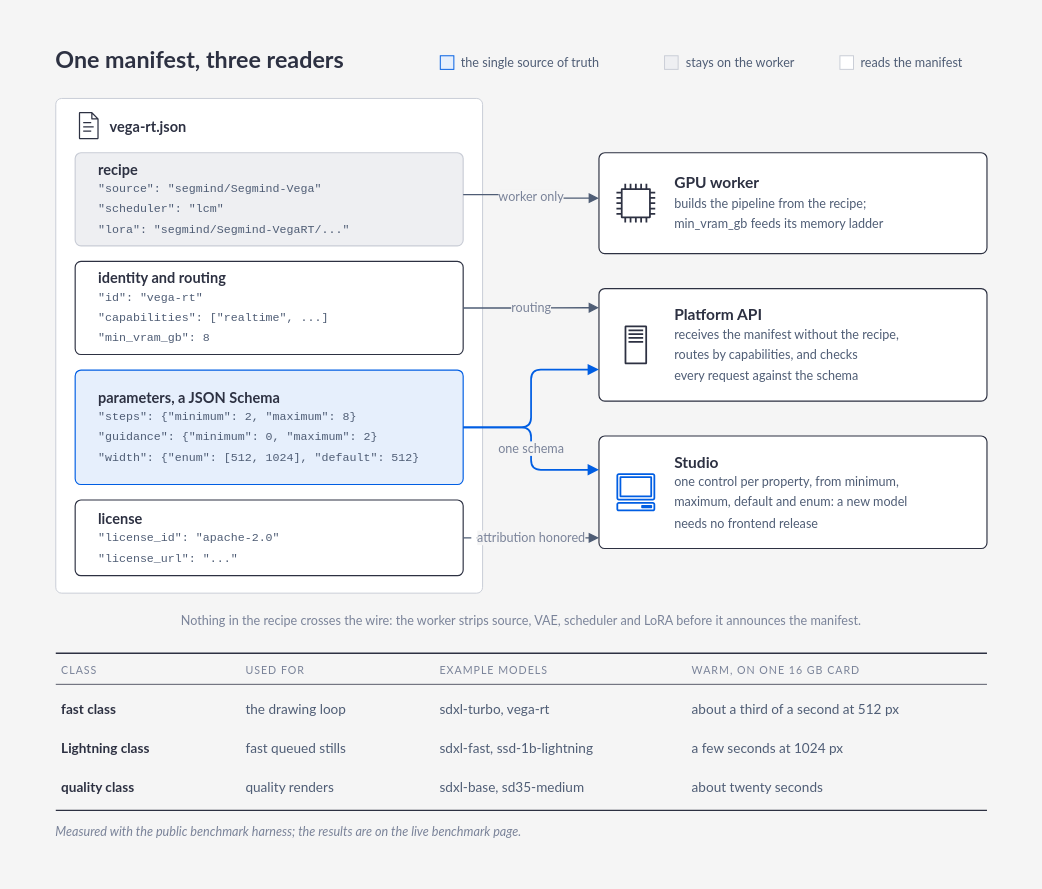
Portocolom-Studio/potocolom keeps this draw.io diagram as docs/figures/whitepaper/model-manifest.drawio. Above is the earlier version. Source tidied: cells renumbered, new cells numbered last; positions are measured from the earlier drawing's top-left corner, leaving out a move shared by most shapes. Both pictures are drawn from the tidied source at 97%, with x=0, y=0 at pixel (16, 16).
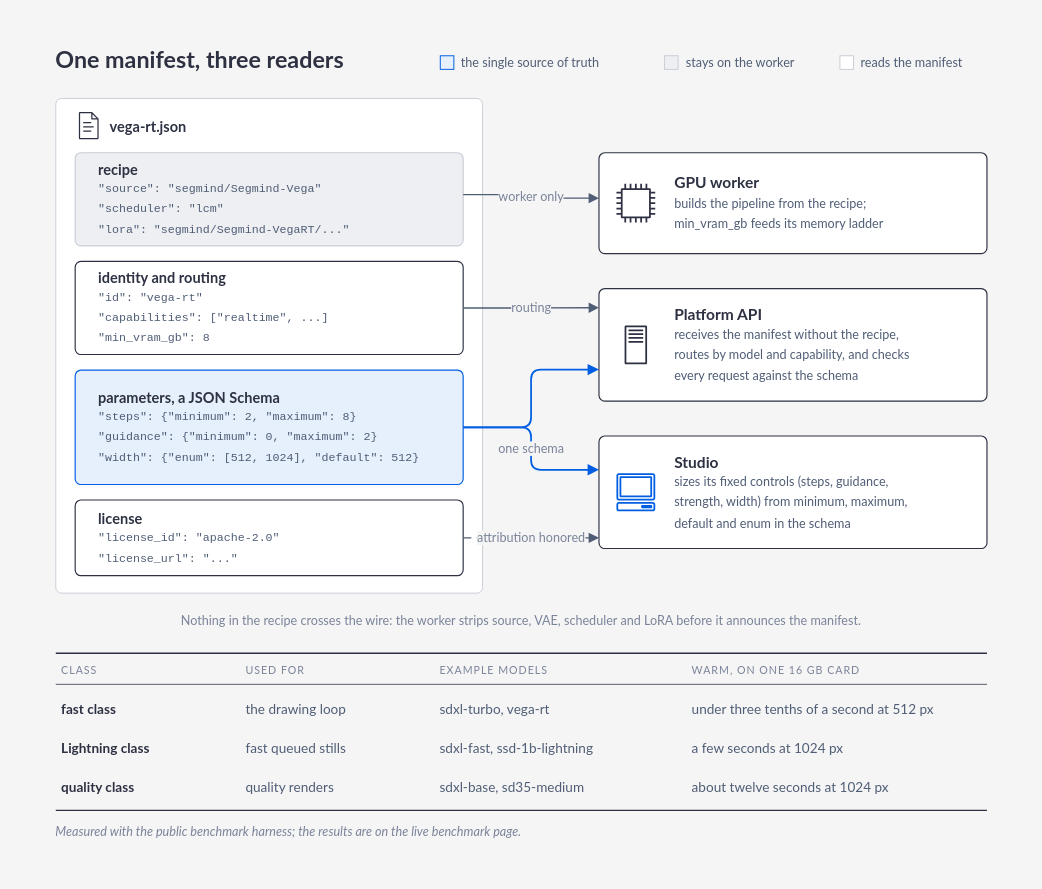
After the change.

What changed in the source:
```diff
@@
-    <mxCell id="19" value="&lt;b&gt;Platform API&lt;/b&gt;&lt;br&gt;&lt;span style=&quot;font-size:13px;font-weight:normal;color:#4f5d75;line-height:1.5&quot;&gt;receives the manifest without the recipe,&lt;br&gt;routes by capabilities, and checks&lt;br&gt;every request against the schema&lt;/span&gt;" style="rounded=1;absoluteArcSize=1;arcSize=12;whiteSpace=wrap;html=1;fillColor=#ffffff;strokeColor=#2d3142;strokeWidth=1.2;fontFamily=Lato;fontSize=16;fontColor=#2d3142;fontStyle=0;align=left;spacingLeft=68;verticalAlign=middle;spacing=10;" parent="1" vertex="1">
+    <mxCell id="19" value="&lt;b&gt;Platform API&lt;/b&gt;&lt;br&gt;&lt;span style=&quot;font-size:13px;font-weight:normal;color:#4f5d75;line-height:1.5&quot;&gt;receives the manifest without the recipe,&lt;br&gt;routes by model and capability, and checks&lt;br&gt;every request against the schema&lt;/span&gt;" style="rounded=1;absoluteArcSize=1;arcSize=12;whiteSpace=wrap;html=1;fillColor=#ffffff;strokeColor=#2d3142;strokeWidth=1.2;fontFamily=Lato;fontSize=16;fontColor=#2d3142;fontStyle=0;align=left;spacingLeft=68;verticalAlign=middle;spacing=10;" parent="1" vertex="1">
       <mxGeometry x="600" y="280" width="400" height="116" as="geometry" />
     </mxCell>
@@
-    <mxCell id="21" value="&lt;b&gt;Studio&lt;/b&gt;&lt;br&gt;&lt;span style=&quot;font-size:13px;font-weight:normal;color:#4f5d75;line-height:1.5&quot;&gt;one control per property, from minimum,&lt;br&gt;maximum, default and enum: a new model&lt;br&gt;needs no frontend release&lt;/span&gt;" style="rounded=1;absoluteArcSize=1;arcSize=12;whiteSpace=wrap;html=1;fillColor=#ffffff;strokeColor=#2d3142;strokeWidth=1.2;fontFamily=Lato;fontSize=16;fontColor=#2d3142;fontStyle=0;align=left;spacingLeft=68;verticalAlign=middle;spacing=10;" parent="1" vertex="1">
+    <mxCell id="21" value="&lt;b&gt;Studio&lt;/b&gt;&lt;br&gt;&lt;span style=&quot;font-size:13px;font-weight:normal;color:#4f5d75;line-height:1.5&quot;&gt;sizes its fixed controls (steps, guidance,&lt;br&gt;strength, width) from minimum, maximum,&lt;br&gt;default and enum in the schema&lt;/span&gt;" style="rounded=1;absoluteArcSize=1;arcSize=12;whiteSpace=wrap;html=1;fillColor=#ffffff;strokeColor=#2d3142;strokeWidth=1.2;fontFamily=Lato;fontSize=16;fontColor=#2d3142;fontStyle=0;align=left;spacingLeft=68;verticalAlign=middle;spacing=10;" parent="1" vertex="1">
       <mxGeometry x="600" y="432" width="400" height="116" as="geometry" />
     </mxCell>
@@
-    <mxCell id="38" value="about a third of a second at 512 px" style="text;html=1;whiteSpace=wrap;fontFamily=Lato;fontSize=14;fontColor=#4f5d75;fontStyle=0;align=left;verticalAlign=middle;spacing=0;" parent="1" vertex="1">
+    <mxCell id="38" value="under three tenths of a second at 512 px" style="text;html=1;whiteSpace=wrap;fontFamily=Lato;fontSize=14;fontColor=#4f5d75;fontStyle=0;align=left;verticalAlign=middle;spacing=0;" parent="1" vertex="1">
       <mxGeometry x="696" y="694" width="298" height="40" as="geometry" />
     </mxCell>
@@
-    <mxCell id="46" value="about twenty seconds" style="text;html=1;whiteSpace=wrap;fontFamily=Lato;fontSize=14;fontColor=#4f5d75;fontStyle=0;align=left;verticalAlign=middle;spacing=0;" parent="1" vertex="1">
+    <mxCell id="46" value="about twelve seconds at 1024 px" style="text;html=1;whiteSpace=wrap;fontFamily=Lato;fontSize=14;fontColor=#4f5d75;fontStyle=0;align=left;verticalAlign=middle;spacing=0;" parent="1" vertex="1">
       <mxGeometry x="696" y="774" width="298" height="40" as="geometry" />
     </mxCell>
```
